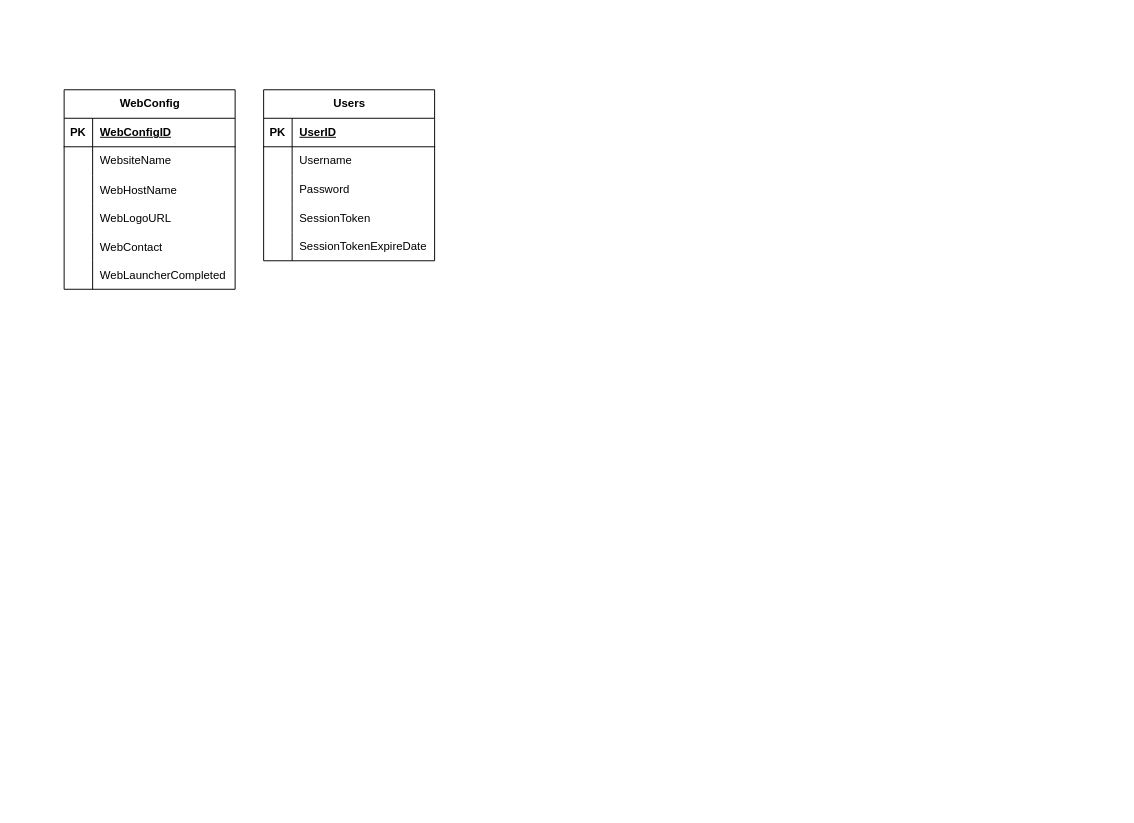
This is concept/media/DatabaseStructure.drawio from xxxCam900xxx/Phaedra, a draw.io file, before an edit. Source tidied: cells renumbered, new cells numbered last; positions are measured from the earlier drawing's top-left corner, leaving out a move shared by most shapes. Both pictures are drawn from the tidied source at 95%, with x=0, y=0 at pixel (64, 89).
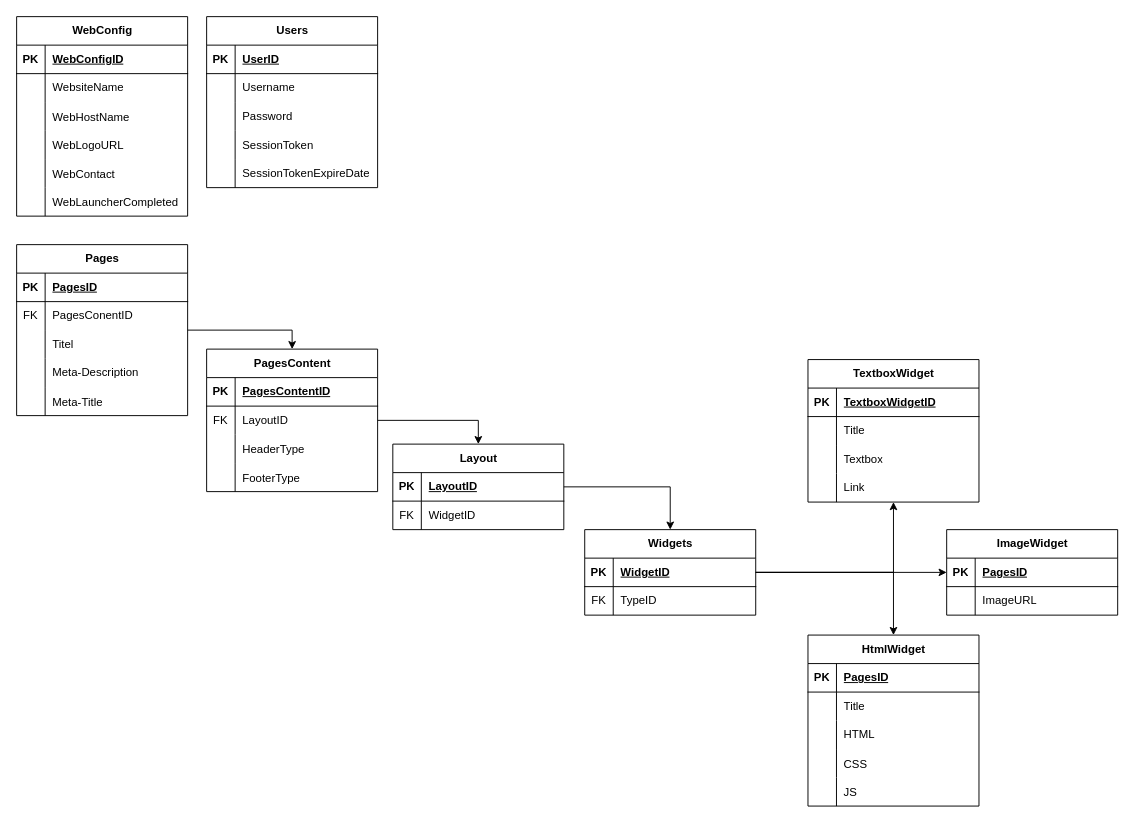
Above is the later version.

Commit message:
📝 Concept: updated Database Structure

Diff of the diagram source:
```diff
@@
     <mxCell id="2" value="WebConfig" style="shape=table;startSize=30;childLayout=tableLayout;rowLines=0;fontStyle=1;align=center;html=1;" parent="1" vertex="1">
-      <mxGeometry width="180" height="210" as="geometry" />
+      <mxGeometry x="-50" y="-77" width="180" height="210" as="geometry" />
     </mxCell>
@@
     <mxCell id="21" value="Users" style="shape=table;startSize=30;childLayout=tableLayout;rowLines=0;fontStyle=1;align=center;html=1;" parent="1" vertex="1">
-      <mxGeometry x="210" width="180" height="180" as="geometry" />
+      <mxGeometry x="150" y="-77" width="180" height="180" as="geometry" />
     </mxCell>
@@
+    <mxCell id="37" style="edgeStyle=orthogonalEdgeStyle;rounded=0;jettySize=auto;html=1;entryX=0.5;entryY=0;entryDx=0;entryDy=0;" parent="1" edge="1" source="38" target="55">
+      <mxGeometry relative="1" as="geometry" />
+    </mxCell>
+    <mxCell id="38" value="Pages" style="shape=table;startSize=30;childLayout=tableLayout;rowLines=0;fontStyle=1;align=center;html=1;" parent="1" vertex="1">
+      <mxGeometry x="-50" y="163" width="180" height="180" as="geometry" />
+    </mxCell>
+    <mxCell id="39" style="shape=tableRow;horizontal=0;startSize=0;swimlaneHead=0;swimlaneBody=0;fillColor=none;top=0;left=0;right=0;bottom=1;" parent="38" vertex="1">
+      <mxGeometry y="30" width="180" height="30" as="geometry" />
+    </mxCell>
+    <mxCell id="40" value="PK" style="shape=partialRectangle;fillColor=none;top=0;left=0;bottom=0;right=0;fontStyle=1;overflow=hidden;whiteSpace=wrap;html=1;" parent="39" vertex="1">
+      <mxGeometry width="30" height="30" as="geometry" />
+    </mxCell>
+    <mxCell id="41" value="PagesID" style="shape=partialRectangle;fillColor=none;top=0;left=0;bottom=0;right=0;align=left;spacingLeft=6;fontStyle=5;overflow=hidden;whiteSpace=wrap;html=1;" parent="39" vertex="1">
+      <mxGeometry x="30" width="150" height="30" as="geometry" />
+    </mxCell>
+    <mxCell id="42" style="shape=tableRow;horizontal=0;startSize=0;swimlaneHead=0;swimlaneBody=0;fillColor=none;top=0;left=0;right=0;bottom=0;" parent="38" vertex="1">
+      <mxGeometry y="60" width="180" height="30" as="geometry" />
+    </mxCell>
+    <mxCell id="43" value="FK" style="shape=partialRectangle;fillColor=none;top=0;left=0;bottom=0;right=0;fontStyle=0;overflow=hidden;whiteSpace=wrap;html=1;" parent="42" vertex="1">
+      <mxGeometry width="30" height="30" as="geometry" />
+    </mxCell>
+    <mxCell id="44" value="PagesConentID" style="shape=partialRectangle;fillColor=none;top=0;left=0;bottom=0;right=0;align=left;spacingLeft=6;fontStyle=0;overflow=hidden;whiteSpace=wrap;html=1;" parent="42" vertex="1">
+      <mxGeometry x="30" width="150" height="30" as="geometry" />
+    </mxCell>
+    <mxCell id="45" style="shape=tableRow;horizontal=0;startSize=0;swimlaneHead=0;swimlaneBody=0;fillColor=none;top=0;left=0;right=0;bottom=0;" parent="38" vertex="1">
+      <mxGeometry y="90" width="180" height="30" as="geometry" />
+    </mxCell>
+    <mxCell id="46" style="shape=partialRectangle;fillColor=none;top=0;left=0;bottom=0;right=0;overflow=hidden;whiteSpace=wrap;html=1;" parent="45" vertex="1">
+      <mxGeometry width="30" height="30" as="geometry" />
+    </mxCell>
+    <mxCell id="47" value="Titel" style="shape=partialRectangle;fillColor=none;top=0;left=0;bottom=0;right=0;align=left;spacingLeft=6;overflow=hidden;whiteSpace=wrap;html=1;" parent="45" vertex="1">
+      <mxGeometry x="30" width="150" height="30" as="geometry" />
+    </mxCell>
+    <mxCell id="48" style="shape=tableRow;horizontal=0;startSize=0;swimlaneHead=0;swimlaneBody=0;fillColor=none;top=0;left=0;right=0;bottom=0;" parent="38" vertex="1">
+      <mxGeometry y="120" width="180" height="30" as="geometry" />
+    </mxCell>
+    <mxCell id="49" style="shape=partialRectangle;fillColor=none;top=0;left=0;bottom=0;right=0;overflow=hidden;whiteSpace=wrap;html=1;" parent="48" vertex="1">
+      <mxGeometry width="30" height="30" as="geometry" />
+    </mxCell>
+    <mxCell id="50" value="Meta-Description" style="shape=partialRectangle;fillColor=none;top=0;left=0;bottom=0;right=0;align=left;spacingLeft=6;overflow=hidden;whiteSpace=wrap;html=1;" parent="48" vertex="1">
+      <mxGeometry x="30" width="150" height="30" as="geometry" />
+    </mxCell>
+    <mxCell id="51" style="shape=tableRow;horizontal=0;startSize=0;swimlaneHead=0;swimlaneBody=0;fillColor=none;top=0;left=0;right=0;bottom=0;" parent="38" vertex="1">
+      <mxGeometry y="150" width="180" height="30" as="geometry" />
+    </mxCell>
+    <mxCell id="52" style="shape=partialRectangle;fillColor=none;top=0;left=0;bottom=0;right=0;overflow=hidden;" parent="51" vertex="1">
+      <mxGeometry width="30" height="30" as="geometry" />
+    </mxCell>
+    <mxCell id="53" value="Meta-Title" style="shape=partialRectangle;fillColor=none;top=0;left=0;bottom=0;right=0;align=left;spacingLeft=6;overflow=hidden;" parent="51" vertex="1">
+      <mxGeometry x="30" width="150" height="30" as="geometry" />
+    </mxCell>
+    <mxCell id="54" style="edgeStyle=orthogonalEdgeStyle;rounded=0;jettySize=auto;html=1;entryX=0.5;entryY=0;entryDx=0;entryDy=0;" parent="1" edge="1" source="55" target="69">
+      <mxGeometry relative="1" as="geometry" />
+    </mxCell>
+    <mxCell id="55" value="PagesContent" style="shape=table;startSize=30;childLayout=tableLayout;rowLines=0;fontStyle=1;align=center;html=1;" parent="1" vertex="1">
+      <mxGeometry x="150" y="273" width="180" height="150" as="geometry" />
+    </mxCell>
+    <mxCell id="56" style="shape=tableRow;horizontal=0;startSize=0;swimlaneHead=0;swimlaneBody=0;fillColor=none;top=0;left=0;right=0;bottom=1;" parent="55" vertex="1">
+      <mxGeometry y="30" width="180" height="30" as="geometry" />
+    </mxCell>
+    <mxCell id="57" value="PK" style="shape=partialRectangle;fillColor=none;top=0;left=0;bottom=0;right=0;fontStyle=1;overflow=hidden;whiteSpace=wrap;html=1;" parent="56" vertex="1">
+      <mxGeometry width="30" height="30" as="geometry" />
+    </mxCell>
+    <mxCell id="58" value="PagesContentID" style="shape=partialRectangle;fillColor=none;top=0;left=0;bottom=0;right=0;align=left;spacingLeft=6;fontStyle=5;overflow=hidden;whiteSpace=wrap;html=1;" parent="56" vertex="1">
+      <mxGeometry x="30" width="150" height="30" as="geometry" />
+    </mxCell>
+    <mxCell id="59" style="shape=tableRow;horizontal=0;startSize=0;swimlaneHead=0;swimlaneBody=0;fillColor=none;top=0;left=0;right=0;bottom=0;" parent="55" vertex="1">
+      <mxGeometry y="60" width="180" height="30" as="geometry" />
+    </mxCell>
+    <mxCell id="60" value="FK" style="shape=partialRectangle;fillColor=none;top=0;left=0;bottom=0;right=0;fontStyle=0;overflow=hidden;whiteSpace=wrap;html=1;" parent="59" vertex="1">
+      <mxGeometry width="30" height="30" as="geometry" />
+    </mxCell>
+    <mxCell id="61" value="LayoutID" style="shape=partialRectangle;fillColor=none;top=0;left=0;bottom=0;right=0;align=left;spacingLeft=6;fontStyle=0;overflow=hidden;whiteSpace=wrap;html=1;" parent="59" vertex="1">
+      <mxGeometry x="30" width="150" height="30" as="geometry" />
+    </mxCell>
+    <mxCell id="62" style="shape=tableRow;horizontal=0;startSize=0;swimlaneHead=0;swimlaneBody=0;fillColor=none;top=0;left=0;right=0;bottom=0;" parent="55" vertex="1">
+      <mxGeometry y="90" width="180" height="30" as="geometry" />
+    </mxCell>
+    <mxCell id="63" style="shape=partialRectangle;fillColor=none;top=0;left=0;bottom=0;right=0;overflow=hidden;" parent="62" vertex="1">
+      <mxGeometry width="30" height="30" as="geometry" />
+    </mxCell>
+    <mxCell id="64" value="HeaderType" style="shape=partialRectangle;fillColor=none;top=0;left=0;bottom=0;right=0;align=left;spacingLeft=6;overflow=hidden;" parent="62" vertex="1">
+      <mxGeometry x="30" width="150" height="30" as="geometry" />
+    </mxCell>
+    <mxCell id="65" style="shape=tableRow;horizontal=0;startSize=0;swimlaneHead=0;swimlaneBody=0;fillColor=none;top=0;left=0;right=0;bottom=0;" parent="55" vertex="1">
+      <mxGeometry y="120" width="180" height="30" as="geometry" />
+    </mxCell>
+    <mxCell id="66" style="shape=partialRectangle;fillColor=none;top=0;left=0;bottom=0;right=0;overflow=hidden;" parent="65" vertex="1">
+      <mxGeometry width="30" height="30" as="geometry" />
+    </mxCell>
+    <mxCell id="67" value="FooterType" style="shape=partialRectangle;fillColor=none;top=0;left=0;bottom=0;right=0;align=left;spacingLeft=6;overflow=hidden;" parent="65" vertex="1">
+      <mxGeometry x="30" width="150" height="30" as="geometry" />
+    </mxCell>
+    <mxCell id="68" style="edgeStyle=orthogonalEdgeStyle;rounded=0;jettySize=auto;html=1;entryX=0.5;entryY=0;entryDx=0;entryDy=0;" parent="1" edge="1" source="69" target="79">
+      <mxGeometry relative="1" as="geometry" />
+    </mxCell>
+    <mxCell id="69" value="Layout" style="shape=table;startSize=30;childLayout=tableLayout;rowLines=0;fontStyle=1;align=center;html=1;" parent="1" vertex="1">
+      <mxGeometry x="346" y="373" width="180" height="90" as="geometry" />
+    </mxCell>
+    <mxCell id="70" style="shape=tableRow;horizontal=0;startSize=0;swimlaneHead=0;swimlaneBody=0;fillColor=none;top=0;left=0;right=0;bottom=1;" parent="69" vertex="1">
+      <mxGeometry y="30" width="180" height="30" as="geometry" />
+    </mxCell>
+    <mxCell id="71" value="PK" style="shape=partialRectangle;fillColor=none;top=0;left=0;bottom=0;right=0;fontStyle=1;overflow=hidden;whiteSpace=wrap;html=1;" parent="70" vertex="1">
+      <mxGeometry width="30" height="30" as="geometry" />
+    </mxCell>
+    <mxCell id="72" value="LayoutID" style="shape=partialRectangle;fillColor=none;top=0;left=0;bottom=0;right=0;align=left;spacingLeft=6;fontStyle=5;overflow=hidden;whiteSpace=wrap;html=1;" parent="70" vertex="1">
+      <mxGeometry x="30" width="150" height="30" as="geometry" />
+    </mxCell>
+    <mxCell id="73" style="shape=tableRow;horizontal=0;startSize=0;swimlaneHead=0;swimlaneBody=0;fillColor=none;top=0;left=0;right=0;bottom=0;" parent="69" vertex="1">
+      <mxGeometry y="60" width="180" height="30" as="geometry" />
+    </mxCell>
+    <mxCell id="74" value="FK" style="shape=partialRectangle;fillColor=none;top=0;left=0;bottom=0;right=0;fontStyle=0;overflow=hidden;whiteSpace=wrap;html=1;" parent="73" vertex="1">
+      <mxGeometry width="30" height="30" as="geometry" />
+    </mxCell>
+    <mxCell id="75" value="WidgetID" style="shape=partialRectangle;fillColor=none;top=0;left=0;bottom=0;right=0;align=left;spacingLeft=6;fontStyle=0;overflow=hidden;whiteSpace=wrap;html=1;" parent="73" vertex="1">
+      <mxGeometry x="30" width="150" height="30" as="geometry" />
+    </mxCell>
+    <mxCell id="76" style="edgeStyle=orthogonalEdgeStyle;rounded=0;jettySize=auto;html=1;" parent="1" edge="1" source="79" target="86">
+      <mxGeometry relative="1" as="geometry" />
+    </mxCell>
+    <mxCell id="77" style="edgeStyle=orthogonalEdgeStyle;rounded=0;jettySize=auto;html=1;" parent="1" edge="1" source="79" target="106">
+      <mxGeometry relative="1" as="geometry" />
+    </mxCell>
+    <mxCell id="78" style="edgeStyle=orthogonalEdgeStyle;rounded=0;jettySize=auto;html=1;" parent="1" edge="1" source="79" target="99">
+      <mxGeometry relative="1" as="geometry" />
+    </mxCell>
+    <mxCell id="79" value="Widgets" style="shape=table;startSize=30;childLayout=tableLayout;rowLines=0;fontStyle=1;align=center;html=1;" parent="1" vertex="1">
+      <mxGeometry x="548" y="463" width="180" height="90" as="geometry" />
+    </mxCell>
+    <mxCell id="80" style="shape=tableRow;horizontal=0;startSize=0;swimlaneHead=0;swimlaneBody=0;fillColor=none;top=0;left=0;right=0;bottom=1;" parent="79" vertex="1">
+      <mxGeometry y="30" width="180" height="30" as="geometry" />
+    </mxCell>
+    <mxCell id="81" value="PK" style="shape=partialRectangle;fillColor=none;top=0;left=0;bottom=0;right=0;fontStyle=1;overflow=hidden;whiteSpace=wrap;html=1;" parent="80" vertex="1">
+      <mxGeometry width="30" height="30" as="geometry" />
+    </mxCell>
+    <mxCell id="82" value="WidgetID" style="shape=partialRectangle;fillColor=none;top=0;left=0;bottom=0;right=0;align=left;spacingLeft=6;fontStyle=5;overflow=hidden;whiteSpace=wrap;html=1;" parent="80" vertex="1">
+      <mxGeometry x="30" width="150" height="30" as="geometry" />
+    </mxCell>
+    <mxCell id="83" style="shape=tableRow;horizontal=0;startSize=0;swimlaneHead=0;swimlaneBody=0;fillColor=none;top=0;left=0;right=0;bottom=0;" parent="79" vertex="1">
+      <mxGeometry y="60" width="180" height="30" as="geometry" />
+    </mxCell>
+    <mxCell id="84" value="FK" style="shape=partialRectangle;fillColor=none;top=0;left=0;bottom=0;right=0;fontStyle=0;overflow=hidden;whiteSpace=wrap;html=1;" parent="83" vertex="1">
+      <mxGeometry width="30" height="30" as="geometry" />
+    </mxCell>
+    <mxCell id="85" value="TypeID" style="shape=partialRectangle;fillColor=none;top=0;left=0;bottom=0;right=0;align=left;spacingLeft=6;fontStyle=0;overflow=hidden;whiteSpace=wrap;html=1;" parent="83" vertex="1">
+      <mxGeometry x="30" width="150" height="30" as="geometry" />
+    </mxCell>
+    <mxCell id="86" value="TextboxWidget" style="shape=table;startSize=30;childLayout=tableLayout;rowLines=0;fontStyle=1;align=center;html=1;" parent="1" vertex="1">
+      <mxGeometry x="783" y="284" width="180" height="150" as="geometry" />
+    </mxCell>
+    <mxCell id="87" style="shape=tableRow;horizontal=0;startSize=0;swimlaneHead=0;swimlaneBody=0;fillColor=none;top=0;left=0;right=0;bottom=1;" parent="86" vertex="1">
+      <mxGeometry y="30" width="180" height="30" as="geometry" />
+    </mxCell>
+    <mxCell id="88" value="PK" style="shape=partialRectangle;fillColor=none;top=0;left=0;bottom=0;right=0;fontStyle=1;overflow=hidden;whiteSpace=wrap;html=1;" parent="87" vertex="1">
+      <mxGeometry width="30" height="30" as="geometry" />
+    </mxCell>
+    <mxCell id="89" value="TextboxWidgetID" style="shape=partialRectangle;fillColor=none;top=0;left=0;bottom=0;right=0;align=left;spacingLeft=6;fontStyle=5;overflow=hidden;whiteSpace=wrap;html=1;" parent="87" vertex="1">
+      <mxGeometry x="30" width="150" height="30" as="geometry" />
+    </mxCell>
+    <mxCell id="90" style="shape=tableRow;horizontal=0;startSize=0;swimlaneHead=0;swimlaneBody=0;fillColor=none;top=0;left=0;right=0;bottom=0;" parent="86" vertex="1">
+      <mxGeometry y="60" width="180" height="30" as="geometry" />
+    </mxCell>
+    <mxCell id="91" style="shape=partialRectangle;fillColor=none;top=0;left=0;bottom=0;right=0;overflow=hidden;whiteSpace=wrap;html=1;" parent="90" vertex="1">
+      <mxGeometry width="30" height="30" as="geometry" />
+    </mxCell>
+    <mxCell id="92" value="Title" style="shape=partialRectangle;fillColor=none;top=0;left=0;bottom=0;right=0;align=left;spacingLeft=6;overflow=hidden;whiteSpace=wrap;html=1;" parent="90" vertex="1">
+      <mxGeometry x="30" width="150" height="30" as="geometry" />
+    </mxCell>
+    <mxCell id="93" style="shape=tableRow;horizontal=0;startSize=0;swimlaneHead=0;swimlaneBody=0;fillColor=none;top=0;left=0;right=0;bottom=0;" parent="86" vertex="1">
+      <mxGeometry y="90" width="180" height="30" as="geometry" />
+    </mxCell>
+    <mxCell id="94" style="shape=partialRectangle;fillColor=none;top=0;left=0;bottom=0;right=0;overflow=hidden;whiteSpace=wrap;html=1;" parent="93" vertex="1">
+      <mxGeometry width="30" height="30" as="geometry" />
+    </mxCell>
+    <mxCell id="95" value="Textbox" style="shape=partialRectangle;fillColor=none;top=0;left=0;bottom=0;right=0;align=left;spacingLeft=6;overflow=hidden;whiteSpace=wrap;html=1;" parent="93" vertex="1">
+      <mxGeometry x="30" width="150" height="30" as="geometry" />
+    </mxCell>
+    <mxCell id="96" style="shape=tableRow;horizontal=0;startSize=0;swimlaneHead=0;swimlaneBody=0;fillColor=none;top=0;left=0;right=0;bottom=0;" parent="86" vertex="1">
+      <mxGeometry y="120" width="180" height="30" as="geometry" />
+    </mxCell>
+    <mxCell id="97" style="shape=partialRectangle;fillColor=none;top=0;left=0;bottom=0;right=0;overflow=hidden;whiteSpace=wrap;html=1;" parent="96" vertex="1">
+      <mxGeometry width="30" height="30" as="geometry" />
+    </mxCell>
+    <mxCell id="98" value="Link" style="shape=partialRectangle;fillColor=none;top=0;left=0;bottom=0;right=0;align=left;spacingLeft=6;overflow=hidden;whiteSpace=wrap;html=1;" parent="96" vertex="1">
+      <mxGeometry x="30" width="150" height="30" as="geometry" />
+    </mxCell>
+    <mxCell id="99" value="ImageWidget" style="shape=table;startSize=30;childLayout=tableLayout;rowLines=0;fontStyle=1;align=center;html=1;" parent="1" vertex="1">
+      <mxGeometry x="929" y="463" width="180" height="90" as="geometry" />
+    </mxCell>
+    <mxCell id="100" style="shape=tableRow;horizontal=0;startSize=0;swimlaneHead=0;swimlaneBody=0;fillColor=none;top=0;left=0;right=0;bottom=1;" parent="99" vertex="1">
+      <mxGeometry y="30" width="180" height="30" as="geometry" />
+    </mxCell>
+    <mxCell id="101" value="PK" style="shape=partialRectangle;fillColor=none;top=0;left=0;bottom=0;right=0;fontStyle=1;overflow=hidden;whiteSpace=wrap;html=1;" parent="100" vertex="1">
+      <mxGeometry width="30" height="30" as="geometry" />
+    </mxCell>
+    <mxCell id="102" value="PagesID" style="shape=partialRectangle;fillColor=none;top=0;left=0;bottom=0;right=0;align=left;spacingLeft=6;fontStyle=5;overflow=hidden;whiteSpace=wrap;html=1;" parent="100" vertex="1">
+      <mxGeometry x="30" width="150" height="30" as="geometry" />
+    </mxCell>
+    <mxCell id="103" style="shape=tableRow;horizontal=0;startSize=0;swimlaneHead=0;swimlaneBody=0;fillColor=none;top=0;left=0;right=0;bottom=0;" parent="99" vertex="1">
+      <mxGeometry y="60" width="180" height="30" as="geometry" />
+    </mxCell>
+    <mxCell id="104" style="shape=partialRectangle;fillColor=none;top=0;left=0;bottom=0;right=0;overflow=hidden;whiteSpace=wrap;html=1;" parent="103" vertex="1">
+      <mxGeometry width="30" height="30" as="geometry" />
+    </mxCell>
+    <mxCell id="105" value="ImageURL" style="shape=partialRectangle;fillColor=none;top=0;left=0;bottom=0;right=0;align=left;spacingLeft=6;overflow=hidden;whiteSpace=wrap;html=1;" parent="103" vertex="1">
+      <mxGeometry x="30" width="150" height="30" as="geometry" />
+    </mxCell>
+    <mxCell id="106" value="HtmlWidget" style="shape=table;startSize=30;childLayout=tableLayout;rowLines=0;fontStyle=1;align=center;html=1;" parent="1" vertex="1">
+      <mxGeometry x="783" y="574" width="180" height="180" as="geometry" />
+    </mxCell>
+    <mxCell id="107" style="shape=tableRow;horizontal=0;startSize=0;swimlaneHead=0;swimlaneBody=0;fillColor=none;top=0;left=0;right=0;bottom=1;" parent="106" vertex="1">
+      <mxGeometry y="30" width="180" height="30" as="geometry" />
+    </mxCell>
+    <mxCell id="108" value="PK" style="shape=partialRectangle;fillColor=none;top=0;left=0;bottom=0;right=0;fontStyle=1;overflow=hidden;whiteSpace=wrap;html=1;" parent="107" vertex="1">
+      <mxGeometry width="30" height="30" as="geometry" />
+    </mxCell>
+    <mxCell id="109" value="PagesID" style="shape=partialRectangle;fillColor=none;top=0;left=0;bottom=0;right=0;align=left;spacingLeft=6;fontStyle=5;overflow=hidden;whiteSpace=wrap;html=1;" parent="107" vertex="1">
+      <mxGeometry x="30" width="150" height="30" as="geometry" />
+    </mxCell>
+    <mxCell id="110" style="shape=tableRow;horizontal=0;startSize=0;swimlaneHead=0;swimlaneBody=0;fillColor=none;top=0;left=0;right=0;bottom=0;" parent="106" vertex="1">
+      <mxGeometry y="60" width="180" height="30" as="geometry" />
+    </mxCell>
+    <mxCell id="111" style="shape=partialRectangle;fillColor=none;top=0;left=0;bottom=0;right=0;overflow=hidden;whiteSpace=wrap;html=1;" parent="110" vertex="1">
+      <mxGeometry width="30" height="30" as="geometry" />
+    </mxCell>
+    <mxCell id="112" value="Title" style="shape=partialRectangle;fillColor=none;top=0;left=0;bottom=0;right=0;align=left;spacingLeft=6;overflow=hidden;whiteSpace=wrap;html=1;" parent="110" vertex="1">
+      <mxGeometry x="30" width="150" height="30" as="geometry" />
+    </mxCell>
+    <mxCell id="113" style="shape=tableRow;horizontal=0;startSize=0;swimlaneHead=0;swimlaneBody=0;fillColor=none;top=0;left=0;right=0;bottom=0;" parent="106" vertex="1">
+      <mxGeometry y="90" width="180" height="30" as="geometry" />
+    </mxCell>
+    <mxCell id="114" style="shape=partialRectangle;fillColor=none;top=0;left=0;bottom=0;right=0;overflow=hidden;whiteSpace=wrap;html=1;" parent="113" vertex="1">
+      <mxGeometry width="30" height="30" as="geometry" />
+    </mxCell>
+    <mxCell id="115" value="HTML" style="shape=partialRectangle;fillColor=none;top=0;left=0;bottom=0;right=0;align=left;spacingLeft=6;overflow=hidden;whiteSpace=wrap;html=1;" parent="113" vertex="1">
+      <mxGeometry x="30" width="150" height="30" as="geometry" />
+    </mxCell>
+    <mxCell id="116" style="shape=tableRow;horizontal=0;startSize=0;swimlaneHead=0;swimlaneBody=0;fillColor=none;top=0;left=0;right=0;bottom=0;" parent="106" vertex="1">
+      <mxGeometry y="120" width="180" height="30" as="geometry" />
+    </mxCell>
+    <mxCell id="117" style="shape=partialRectangle;fillColor=none;top=0;left=0;bottom=0;right=0;overflow=hidden;" parent="116" vertex="1">
+      <mxGeometry width="30" height="30" as="geometry" />
+    </mxCell>
+    <mxCell id="118" value="CSS" style="shape=partialRectangle;fillColor=none;top=0;left=0;bottom=0;right=0;align=left;spacingLeft=6;overflow=hidden;" parent="116" vertex="1">
+      <mxGeometry x="30" width="150" height="30" as="geometry" />
+    </mxCell>
+    <mxCell id="119" style="shape=tableRow;horizontal=0;startSize=0;swimlaneHead=0;swimlaneBody=0;fillColor=none;top=0;left=0;right=0;bottom=0;" parent="106" vertex="1">
+      <mxGeometry y="150" width="180" height="30" as="geometry" />
+    </mxCell>
+    <mxCell id="120" style="shape=partialRectangle;fillColor=none;top=0;left=0;bottom=0;right=0;overflow=hidden;" parent="119" vertex="1">
+      <mxGeometry width="30" height="30" as="geometry" />
+    </mxCell>
+    <mxCell id="121" value="JS" style="shape=partialRectangle;fillColor=none;top=0;left=0;bottom=0;right=0;align=left;spacingLeft=6;overflow=hidden;" parent="119" vertex="1">
+      <mxGeometry x="30" width="150" height="30" as="geometry" />
+    </mxCell>
```
